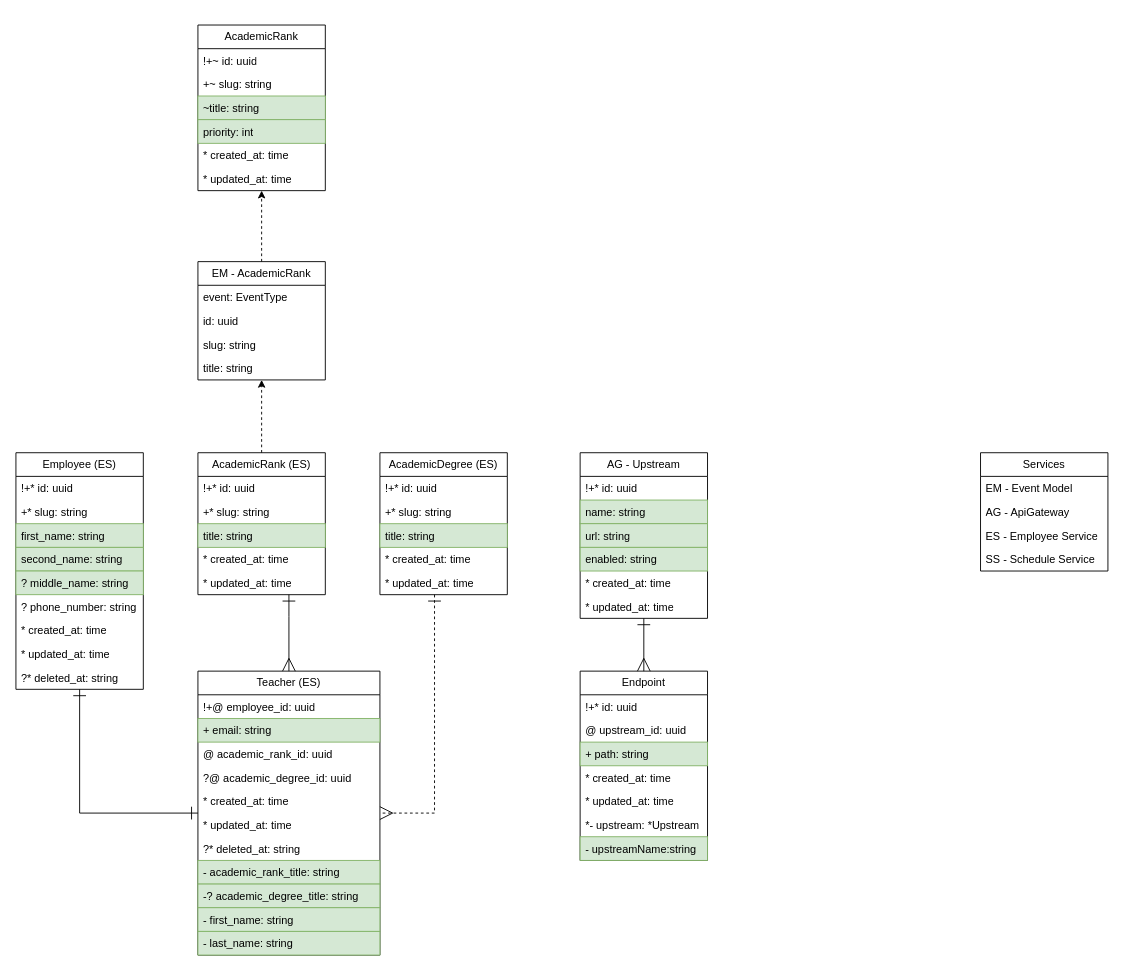
Above: page "General" (2 of 5) of docs/entity_relationship.drawio in IrusHunter/duckademic (draw.io), before the change. Source tidied: cells renumbered, new cells numbered last; positions are measured from the earlier drawing's top-left corner, leaving out a move shared by most shapes. Both pictures are drawn from the tidied source at 91%, with x=0, y=0 at pixel (15, 25).
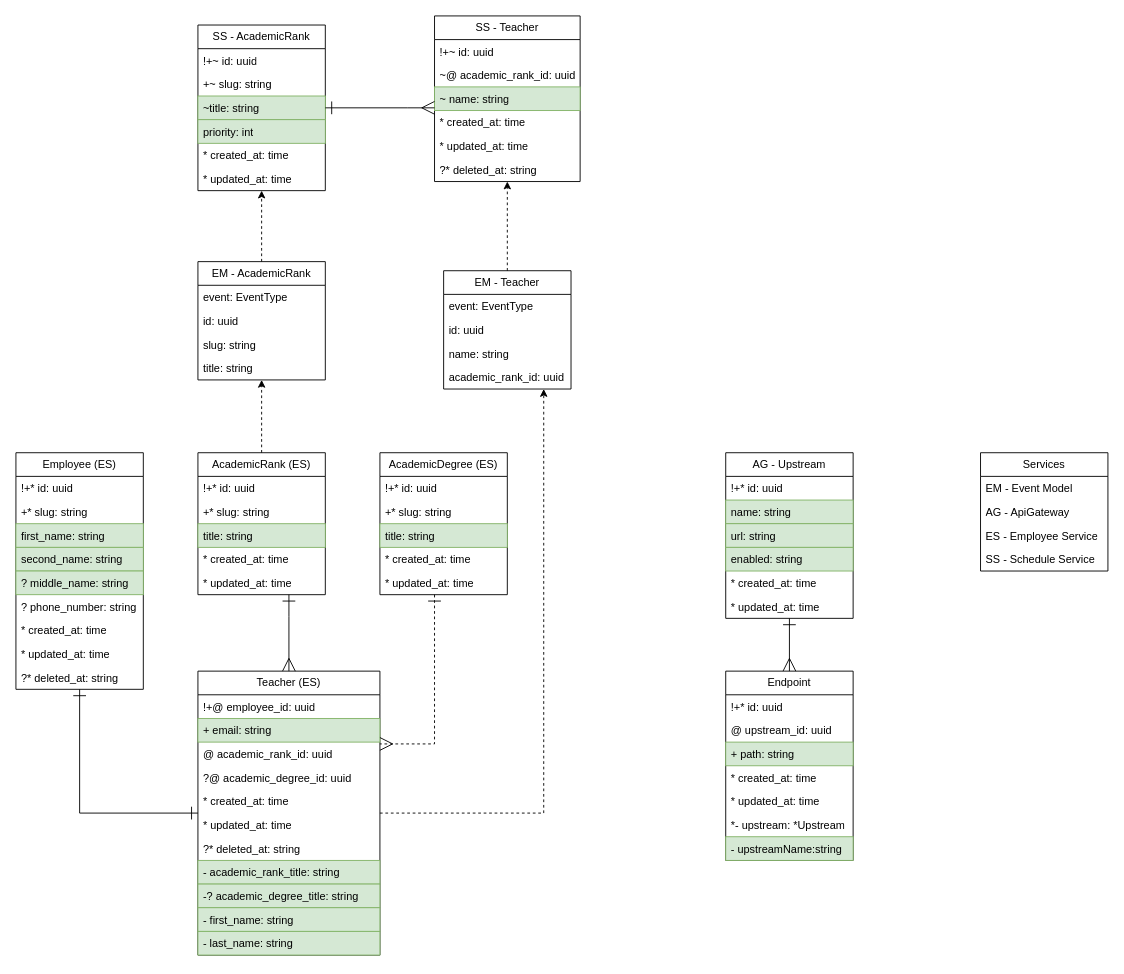
Above is the later version.

Unchanged cells that the change refers to:
```xml
<mxCell id="30" value="AcademicDegree (ES)" style="swimlane;fontStyle=0;horizontal=1;startSize=26;fillColor=none;whiteSpace=wrap;html=1;" parent="1" vertex="1">
  <mxGeometry x="400" y="470" width="140" height="156" as="geometry" />
</mxCell>
<mxCell id="46" value="Teacher (ES)" style="swimlane;fontStyle=0;horizontal=1;startSize=26;fillColor=none;whiteSpace=wrap;html=1;" parent="1" vertex="1">
  <mxGeometry x="200" y="710" width="200" height="312" as="geometry" />
</mxCell>
```

Diff of the diagram source:
```diff
@@
     <mxCell id="3" value="AG - Upstream" style="swimlane;fontStyle=0;horizontal=1;startSize=26;fillColor=none;whiteSpace=wrap;html=1;" parent="1" vertex="1">
-      <mxGeometry x="620" y="470" width="140" height="182" as="geometry" />
+      <mxGeometry x="780" y="470" width="140" height="182" as="geometry" />
     </mxCell>
@@
     <mxCell id="10" value="Endpoint" style="swimlane;fontStyle=0;horizontal=1;startSize=26;fillColor=none;whiteSpace=wrap;html=1;" parent="1" vertex="1">
-      <mxGeometry x="620" y="710" width="140" height="208" as="geometry" />
+      <mxGeometry x="780" y="710" width="140" height="208" as="geometry" />
     </mxCell>
@@
     <mxCell id="60" style="edgeStyle=orthogonalEdgeStyle;html=1;startArrow=ERone;startFill=0;endArrow=ERmany;endFill=0;endSize=12;startSize=12;strokeWidth=1;rounded=0;curved=0;dashed=1;" parent="1" edge="1" source="30" target="46">
       <mxGeometry relative="1" as="geometry">
         <Array as="points">
-          <mxPoint x="460" y="866" />
+          <mxPoint x="460" y="790" />
         </Array>
       </mxGeometry>
     </mxCell>
@@
-    <mxCell id="67" value="AcademicRank" style="swimlane;fontStyle=0;horizontal=1;startSize=26;fillColor=none;whiteSpace=wrap;html=1;" parent="1" vertex="1">
+    <mxCell id="67" value="SS - AcademicRank" style="swimlane;fontStyle=0;horizontal=1;startSize=26;fillColor=none;whiteSpace=wrap;html=1;" parent="1" vertex="1">
       <mxGeometry x="200" width="140" height="182" as="geometry" />
     </mxCell>
@@
+    <mxCell id="74" value="SS - Teacher" style="swimlane;fontStyle=0;horizontal=1;startSize=26;fillColor=none;whiteSpace=wrap;html=1;" parent="1" vertex="1">
+      <mxGeometry x="460" y="-10" width="160" height="182" as="geometry" />
+    </mxCell>
+    <mxCell id="75" value="!+~ id: uuid" style="text;strokeColor=none;fillColor=none;align=left;verticalAlign=top;spacingLeft=4;spacingRight=4;overflow=hidden;whiteSpace=wrap;html=1;" parent="74" vertex="1">
+      <mxGeometry y="26" width="160" height="26" as="geometry" />
+    </mxCell>
+    <mxCell id="76" value="~@ academic_rank_id: uuid" style="text;strokeColor=none;fillColor=none;align=left;verticalAlign=top;spacingLeft=4;spacingRight=4;overflow=hidden;whiteSpace=wrap;html=1;" parent="74" vertex="1">
+      <mxGeometry y="52" width="160" height="26" as="geometry" />
+    </mxCell>
+    <mxCell id="77" value="~ name: string" style="text;strokeColor=#82b366;fillColor=#d5e8d4;align=left;verticalAlign=top;spacingLeft=4;spacingRight=4;overflow=hidden;whiteSpace=wrap;html=1;" parent="74" vertex="1">
+      <mxGeometry y="78" width="160" height="26" as="geometry" />
+    </mxCell>
+    <mxCell id="78" value="* created_at: time" style="text;strokeColor=none;fillColor=none;align=left;verticalAlign=top;spacingLeft=4;spacingRight=4;overflow=hidden;whiteSpace=wrap;html=1;" parent="74" vertex="1">
+      <mxGeometry y="104" width="160" height="26" as="geometry" />
+    </mxCell>
+    <mxCell id="79" value="* updated_at: time" style="text;strokeColor=none;fillColor=none;align=left;verticalAlign=top;spacingLeft=4;spacingRight=4;overflow=hidden;whiteSpace=wrap;html=1;" parent="74" vertex="1">
+      <mxGeometry y="130" width="160" height="26" as="geometry" />
+    </mxCell>
+    <mxCell id="80" value="?* deleted_at: string" style="text;strokeColor=none;fillColor=none;align=left;verticalAlign=top;spacingLeft=4;spacingRight=4;overflow=hidden;whiteSpace=wrap;html=1;" parent="74" vertex="1">
+      <mxGeometry y="156" width="160" height="26" as="geometry" />
+    </mxCell>
+    <mxCell id="81" value="EM - Teacher" style="swimlane;fontStyle=0;horizontal=1;startSize=26;fillColor=none;whiteSpace=wrap;html=1;" parent="1" vertex="1">
+      <mxGeometry x="470" y="270" width="140" height="130" as="geometry" />
+    </mxCell>
+    <mxCell id="82" value="event: EventType" style="text;strokeColor=none;fillColor=none;align=left;verticalAlign=top;spacingLeft=4;spacingRight=4;overflow=hidden;whiteSpace=wrap;html=1;" parent="81" vertex="1">
+      <mxGeometry y="26" width="140" height="26" as="geometry" />
+    </mxCell>
+    <mxCell id="83" value="id: uuid" style="text;strokeColor=none;fillColor=none;align=left;verticalAlign=top;spacingLeft=4;spacingRight=4;overflow=hidden;whiteSpace=wrap;html=1;" parent="81" vertex="1">
+      <mxGeometry y="52" width="140" height="26" as="geometry" />
+    </mxCell>
+    <mxCell id="84" value="name: string" style="text;strokeColor=none;fillColor=none;align=left;verticalAlign=top;spacingLeft=4;spacingRight=4;overflow=hidden;whiteSpace=wrap;html=1;" parent="81" vertex="1">
+      <mxGeometry y="78" width="140" height="26" as="geometry" />
+    </mxCell>
+    <mxCell id="85" value="academic_rank_id: uuid" style="text;align=left;verticalAlign=top;spacingLeft=4;spacingRight=4;overflow=hidden;whiteSpace=wrap;html=1;" parent="81" vertex="1">
+      <mxGeometry y="104" width="140" height="26" as="geometry" />
+    </mxCell>
+    <mxCell id="86" style="edgeStyle=orthogonalEdgeStyle;html=1;rounded=0;dashed=1;" parent="1" edge="1" source="46" target="81">
+      <mxGeometry relative="1" as="geometry">
+        <Array as="points">
+          <mxPoint x="580" y="866" />
+        </Array>
+      </mxGeometry>
+    </mxCell>
+    <mxCell id="87" style="edgeStyle=orthogonalEdgeStyle;html=1;rounded=0;dashed=1;" parent="1" edge="1" source="81" target="74">
+      <mxGeometry relative="1" as="geometry" />
+    </mxCell>
+    <mxCell id="88" style="edgeStyle=orthogonalEdgeStyle;html=1;startArrow=ERone;startFill=0;endArrow=ERmany;endFill=0;endSize=12;startSize=12;strokeWidth=1;rounded=0;curved=0;" parent="1" edge="1" source="67" target="74">
+      <mxGeometry relative="1" as="geometry">
+        <Array as="points">
+          <mxPoint x="430" y="91" />
+          <mxPoint x="430" y="91" />
+        </Array>
+      </mxGeometry>
+    </mxCell>
```
